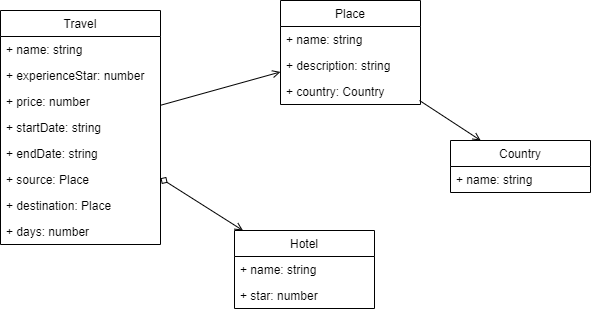
This is diagram.drawio.png from gastoncba/fast-tour, a draw.io export, as it was before one commit. Source tidied: cells renumbered, new cells last; positions are measured from the earlier drawing's top-left corner, leaving out a move shared by most shapes.
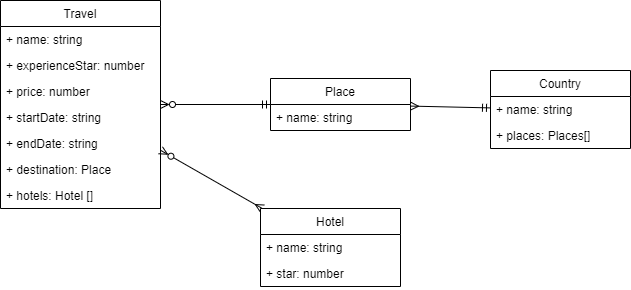
After the change.

Change to the diagram source:
```diff
@@ -2,11 +2,8 @@
   <root>
     <mxCell id="0" />
     <mxCell id="1" parent="0" />
-    <mxCell id="2" style="edgeStyle=none;html=1;endArrow=open;endFill=0;startArrow=diamond;startFill=0;" parent="1" edge="1" source="3" target="17">
-      <mxGeometry relative="1" as="geometry" />
-    </mxCell>
     <mxCell id="3" value="Travel" style="swimlane;fontStyle=0;horizontal=1;startSize=26;fillColor=none;" parent="1" vertex="1">
-      <mxGeometry y="10" width="160" height="234" as="geometry" />
+      <mxGeometry x="-10" y="-10" width="160" height="208" as="geometry" />
     </mxCell>
     <mxCell id="4" value="+ name: string" style="text;strokeColor=none;fillColor=none;align=left;verticalAlign=top;spacingLeft=4;spacingRight=4;overflow=hidden;" parent="3" vertex="1">
       <mxGeometry y="26" width="160" height="26" as="geometry" />
@@ -23,32 +20,20 @@
     <mxCell id="8" value="+ endDate: string&#10;" style="text;strokeColor=none;fillColor=none;align=left;verticalAlign=top;spacingLeft=4;spacingRight=4;overflow=hidden;" parent="3" vertex="1">
       <mxGeometry y="130" width="160" height="26" as="geometry" />
     </mxCell>
-    <mxCell id="9" value="+ source: Place" style="text;strokeColor=none;fillColor=none;align=left;verticalAlign=top;spacingLeft=4;spacingRight=4;overflow=hidden;" parent="3" vertex="1">
-      <mxGeometry y="156" width="160" height="26" as="geometry" />
-    </mxCell>
-    <mxCell id="10" value="+ destination: Place" style="text;strokeColor=none;fillColor=none;align=left;verticalAlign=top;spacingLeft=4;spacingRight=4;overflow=hidden;" parent="3" vertex="1">
-      <mxGeometry y="182" width="160" height="26" as="geometry" />
-    </mxCell>
-    <mxCell id="11" value="+ days: number" style="text;strokeColor=none;fillColor=none;align=left;verticalAlign=top;spacingLeft=4;spacingRight=4;overflow=hidden;" parent="3" vertex="1">
-      <mxGeometry y="208" width="160" height="26" as="geometry" />
+    <mxCell id="11" value="+ destination: Place" style="text;strokeColor=none;fillColor=none;align=left;verticalAlign=top;spacingLeft=4;spacingRight=4;overflow=hidden;" parent="3" vertex="1">
+      <mxGeometry y="156" width="160" height="26" as="geometry" />
     </mxCell>
+    <mxCell id="23" value="+ hotels: Hotel []&#10;" style="text;strokeColor=none;fillColor=none;align=left;verticalAlign=top;spacingLeft=4;spacingRight=4;overflow=hidden;" parent="3" vertex="1">
+      <mxGeometry y="182" width="160" height="26" as="geometry" />
+    </mxCell>
     <mxCell id="12" value="Place" style="swimlane;fontStyle=0;horizontal=1;startSize=26;fillColor=none;" parent="1" vertex="1">
-      <mxGeometry x="280" width="140" height="104" as="geometry" />
+      <mxGeometry x="260" y="68" width="140" height="52" as="geometry" />
     </mxCell>
     <mxCell id="13" value="+ name: string" style="text;strokeColor=none;fillColor=none;align=left;verticalAlign=top;spacingLeft=4;spacingRight=4;overflow=hidden;" parent="12" vertex="1">
       <mxGeometry y="26" width="140" height="26" as="geometry" />
     </mxCell>
-    <mxCell id="14" value="+ description: string" style="text;strokeColor=none;fillColor=none;align=left;verticalAlign=top;spacingLeft=4;spacingRight=4;overflow=hidden;" parent="12" vertex="1">
-      <mxGeometry y="52" width="140" height="26" as="geometry" />
-    </mxCell>
-    <mxCell id="15" value="+ country: Country" style="text;strokeColor=none;fillColor=none;align=left;verticalAlign=top;spacingLeft=4;spacingRight=4;overflow=hidden;points=[[0,0.5],[1,0.5]];portConstraint=eastwest;" parent="12" vertex="1">
-      <mxGeometry y="78" width="140" height="26" as="geometry" />
-    </mxCell>
-    <mxCell id="16" style="edgeStyle=none;html=1;endArrow=open;endFill=0;" parent="1" edge="1" source="3" target="12">
-      <mxGeometry relative="1" as="geometry" />
-    </mxCell>
     <mxCell id="17" value="Hotel" style="swimlane;fontStyle=0;horizontal=1;startSize=26;fillColor=none;" parent="1" vertex="1">
-      <mxGeometry x="234" y="230" width="140" height="78" as="geometry" />
+      <mxGeometry x="250" y="198" width="140" height="78" as="geometry" />
     </mxCell>
     <mxCell id="18" value="+ name: string" style="text;strokeColor=none;fillColor=none;align=left;verticalAlign=top;spacingLeft=4;spacingRight=4;overflow=hidden;" parent="17" vertex="1">
       <mxGeometry y="26" width="140" height="26" as="geometry" />
@@ -57,13 +42,22 @@
       <mxGeometry y="52" width="140" height="26" as="geometry" />
     </mxCell>
     <mxCell id="20" value="Country" style="swimlane;fontStyle=0;horizontal=1;startSize=26;fillColor=none;" parent="1" vertex="1">
-      <mxGeometry x="450" y="140" width="140" height="52" as="geometry" />
+      <mxGeometry x="480" y="60" width="140" height="78" as="geometry" />
     </mxCell>
     <mxCell id="21" value="+ name: string" style="text;strokeColor=none;fillColor=none;align=left;verticalAlign=top;spacingLeft=4;spacingRight=4;overflow=hidden;" parent="20" vertex="1">
       <mxGeometry y="26" width="140" height="26" as="geometry" />
     </mxCell>
+    <mxCell id="24" value="+ places: Places[]" style="text;strokeColor=none;fillColor=none;align=left;verticalAlign=top;spacingLeft=4;spacingRight=4;overflow=hidden;" parent="20" vertex="1">
+      <mxGeometry y="52" width="140" height="26" as="geometry" />
+    </mxCell>
-    <mxCell id="22" style="edgeStyle=none;html=1;exitX=0.993;exitY=0.846;exitDx=0;exitDy=0;exitPerimeter=0;endArrow=open;endFill=0;" parent="1" edge="1" source="15" target="20">
+    <mxCell id="22" style="edgeStyle=none;html=1;endArrow=ERmandOne;endFill=0;startArrow=ERzeroToMany;startFill=0;" parent="1" edge="1" source="3" target="12">
       <mxGeometry relative="1" as="geometry" />
     </mxCell>
+    <mxCell id="25" style="edgeStyle=none;html=1;endArrow=ERmany;endFill=0;startArrow=ERmandOne;startFill=0;" parent="1" edge="1" source="20" target="12">
+      <mxGeometry relative="1" as="geometry" />
+    </mxCell>
+    <mxCell id="2" style="edgeStyle=none;html=1;endArrow=ERmany;endFill=0;startArrow=ERzeroToMany;startFill=0;" parent="1" edge="1" source="3" target="17">
+      <mxGeometry relative="1" as="geometry" />
+    </mxCell>
   </root>
 </mxGraphModel>
```
